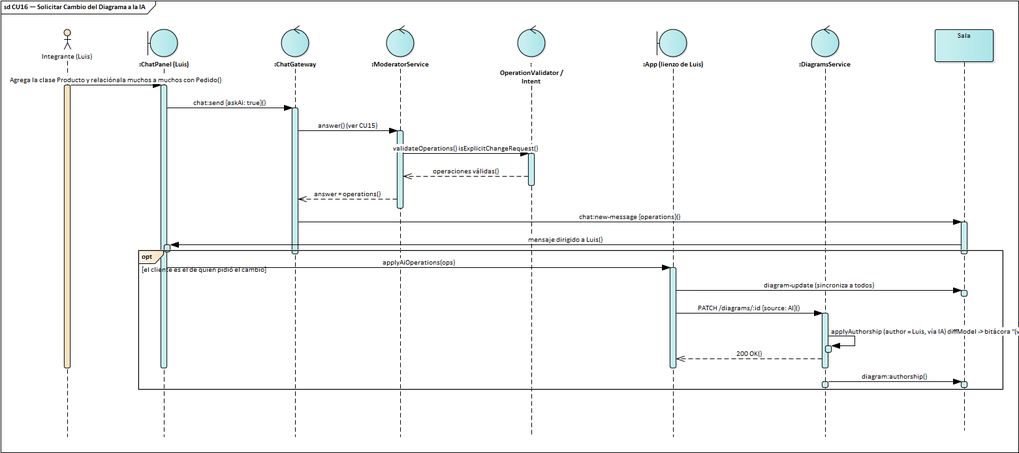
luisfernandoAngulo28/generador_diagrama_clases_uml keeps this PlantUML diagram as docs/diagrams/ea/img/seq_cu16.png. Above is the earlier version. Its source is kept beside it as docs/diagrams/2do_parcial/pud/seq_cu16.plantuml.
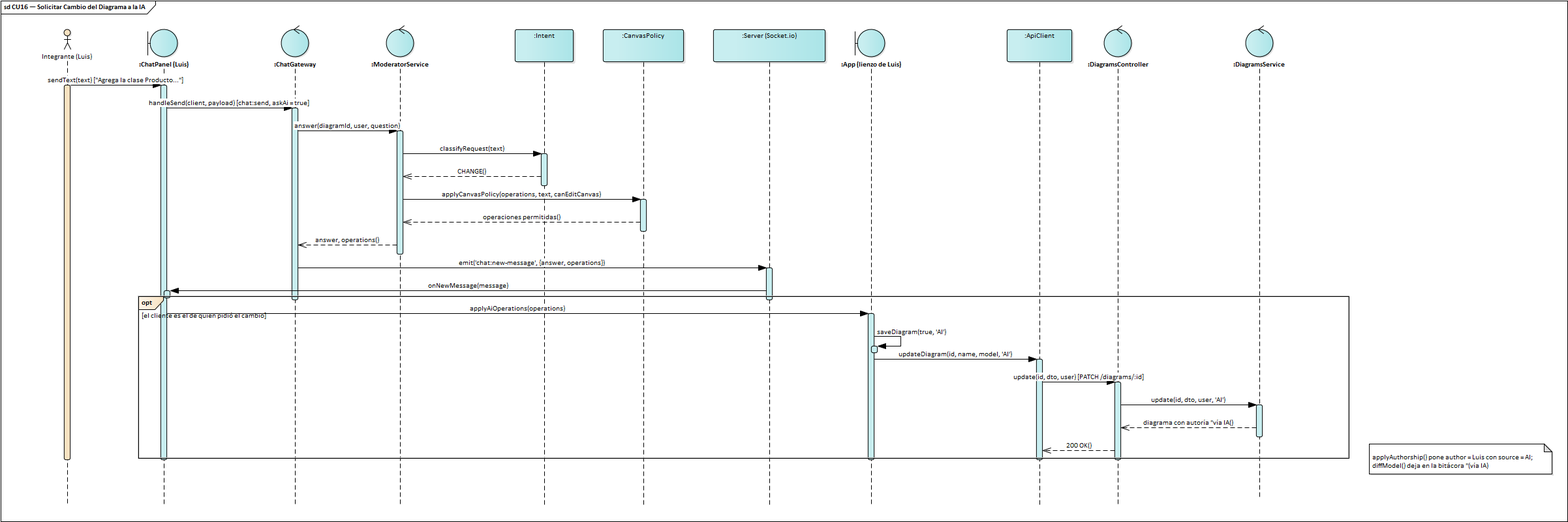
The same file after the commit.

The edit, as a diff of the source:
```diff
@@ -1,28 +1,35 @@
 @startuml seq_cu16
 !include _seq.iuml
-title CU16 — Solicitar Cambio del Diagrama a la IA\n<size:11>Diagrama de Secuencia · UML 2.5.1</size>
+title CU16 — Solicitar Cambio del Diagrama a la IA\n<size:11>Diagrama de Secuencia · UML 2.5.1 · cada mensaje es una operación de la clase que lo recibe</size>
 actor "Integrante (Luis)" as A
 boundary ":ChatPanel (Luis)" as B
 control ":ChatGateway" as G
 control ":ModeratorService" as M
-control ":OperationValidator\n/ Intent" as V
+participant ":Intent" as I
+participant ":CanvasPolicy" as P
+participant ":Server (Socket.io)" as SV
 boundary ":App (lienzo de Luis)" as L
+participant ":ApiClient" as API
+control ":DiagramsController" as C
 control ":DiagramsService" as D
-collections "Sala" as R
-A -> B : "Agrega la clase Producto y relaciónala\nmuchos a muchos con Pedido"
-B -> G : chat:send {askAi: true}
-G -> M : answer() (ver CU15)
-M -> V : validateOperations()\nisExplicitChangeRequest()
-V --> M : operaciones válidas
-M --> G : answer + operations
-G -> R : chat:new-message {operations}
-R -> B : mensaje dirigido a Luis
+A -> B : sendText(text) ["Agrega la clase Producto…"]
+B -> G : handleSend(client, payload) [chat:send, askAi = true]
+G -> M : answer(diagramId, user, question)
+M -> I : classifyRequest(text)
+I --> M : CHANGE
+M -> P : applyCanvasPolicy(operations, text, canEditCanvas)
+P --> M : operaciones permitidas
+M --> G : answer, operations
+G -> SV : emit('chat:new-message', {answer, operations})
+SV -> B : onNewMessage(message)
 opt el cliente es el de quien pidió el cambio
-  B -> L : applyAiOperations(ops)
-  L -> R : diagram-update (sincroniza a todos)
-  L -> D : PATCH /diagrams/:id {source: AI}
-  D -> D : applyAuthorship (author = Luis, vía IA)\ndiffModel → bitácora "(vía IA)"
-  D --> L : 200 OK
-  D -> R : diagram:authorship
+  B -> L : applyAiOperations(operations)
+  L -> L : saveDiagram(true, 'AI')
+  L -> API : updateDiagram(id, name, model, 'AI')
+  API -> C : update(id, dto, user) [PATCH /diagrams/:id]
+  C -> D : update(id, dto, user, 'AI')
+  D --> C : diagrama con autoría "vía IA"
+  C --> API : 200 OK
 end
+note over D : applyAuthorship() pone author = Luis con source = AI;\ndiffModel() deja en la bitácora "(vía IA)"
 @enduml
```
